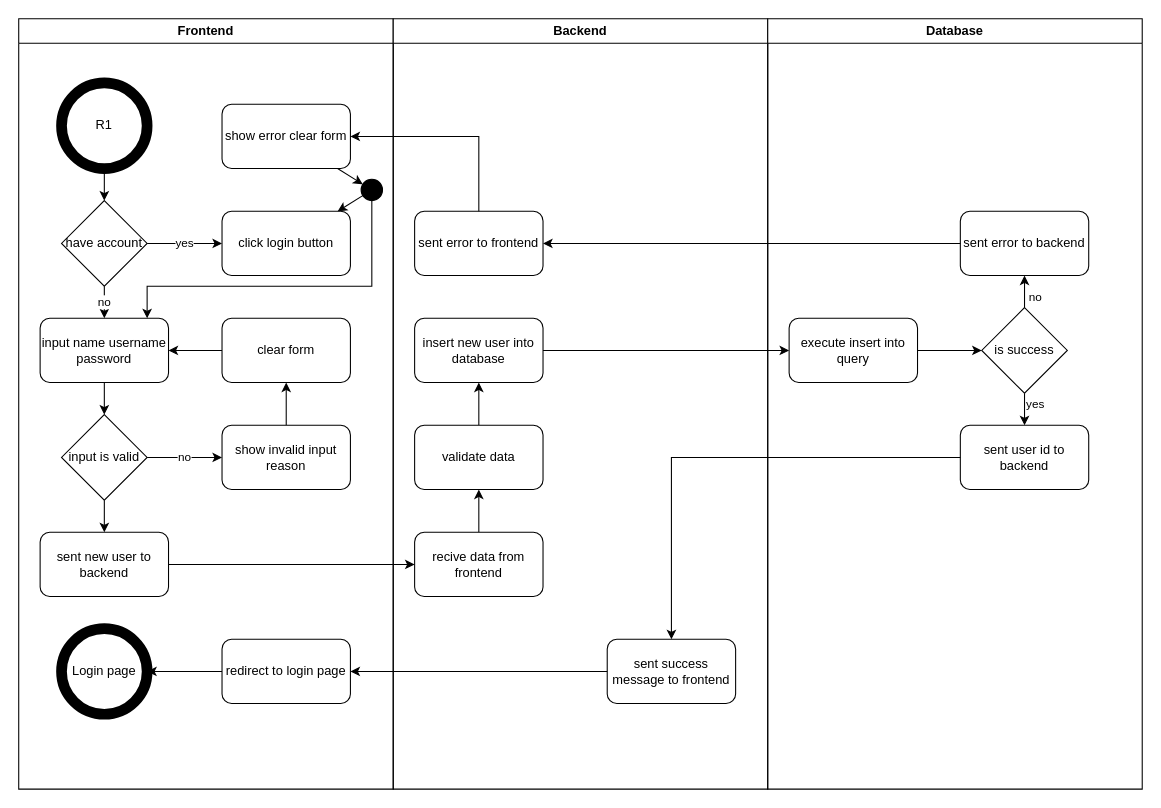
This is page "register" (3 of 11) of docs/artifact/ActivityDiagram/activity_diagram.drawio from ssszZ-TH/party_fullstack_docker3, a draw.io file, before an edit. Source tidied: cells renumbered, new cells numbered last; positions are measured from the earlier drawing's top-left corner, leaving out a move shared by most shapes. Both pictures are drawn from the tidied source at 107%, with x=0, y=0 at pixel (18, 18).
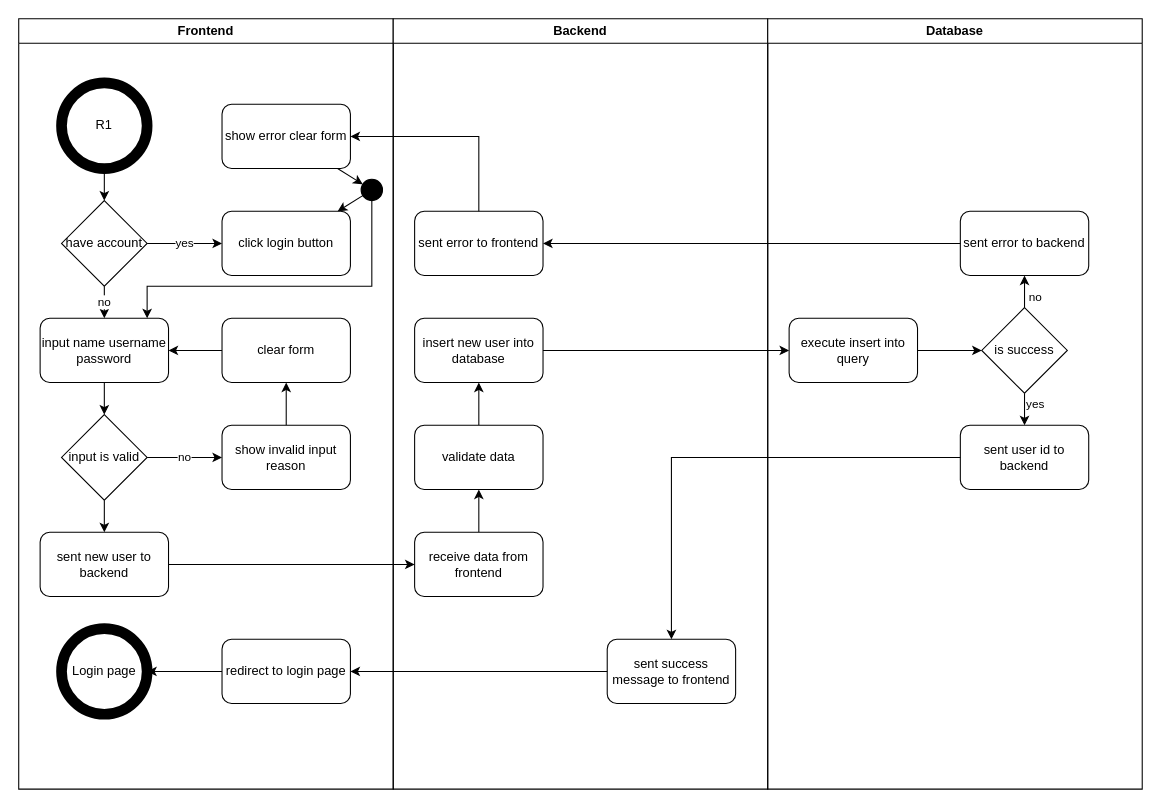
The same diagram, later.

The change refers to these unchanged cells:
```xml
<mxCell id="27" value="Backend" style="swimlane;whiteSpace=wrap;html=1;" parent="1" vertex="1">
  <mxGeometry x="350" width="350" height="720" as="geometry" />
</mxCell>
```

Diff of the diagram source:
```diff
@@
-    <mxCell id="29" value="recive data from frontend" style="rounded=1;whiteSpace=wrap;html=1;" parent="27" vertex="1">
+    <mxCell id="29" value="receive data from frontend" style="rounded=1;whiteSpace=wrap;html=1;" parent="27" vertex="1">
       <mxGeometry x="20" y="480" width="120" height="60" as="geometry" />
     </mxCell>
```
